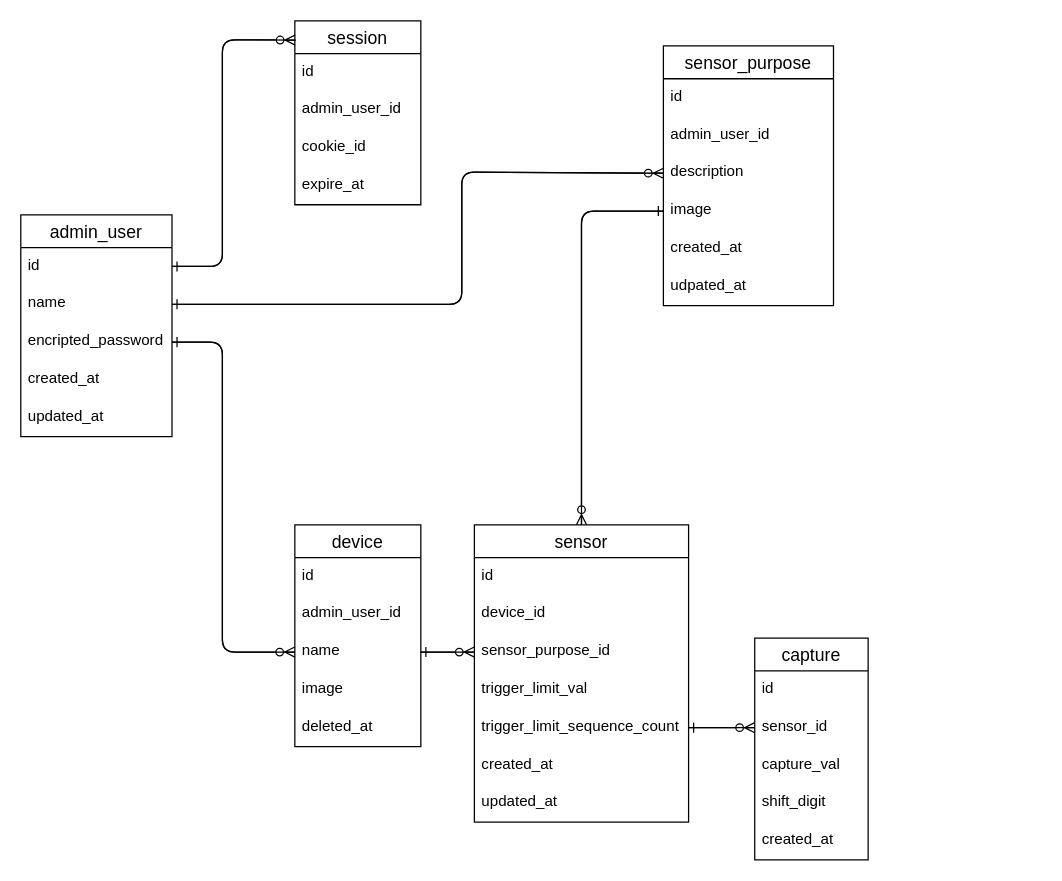
The draw.io diagram src/backend/ER.dio in YSawc/pyum, before the edit. Source tidied: cells renumbered, new cells numbered last; positions are measured from the earlier drawing's top-left corner, leaving out a move shared by most shapes. Both pictures are drawn from the tidied source at 126%, with x=0, y=0 at pixel (20, 20).
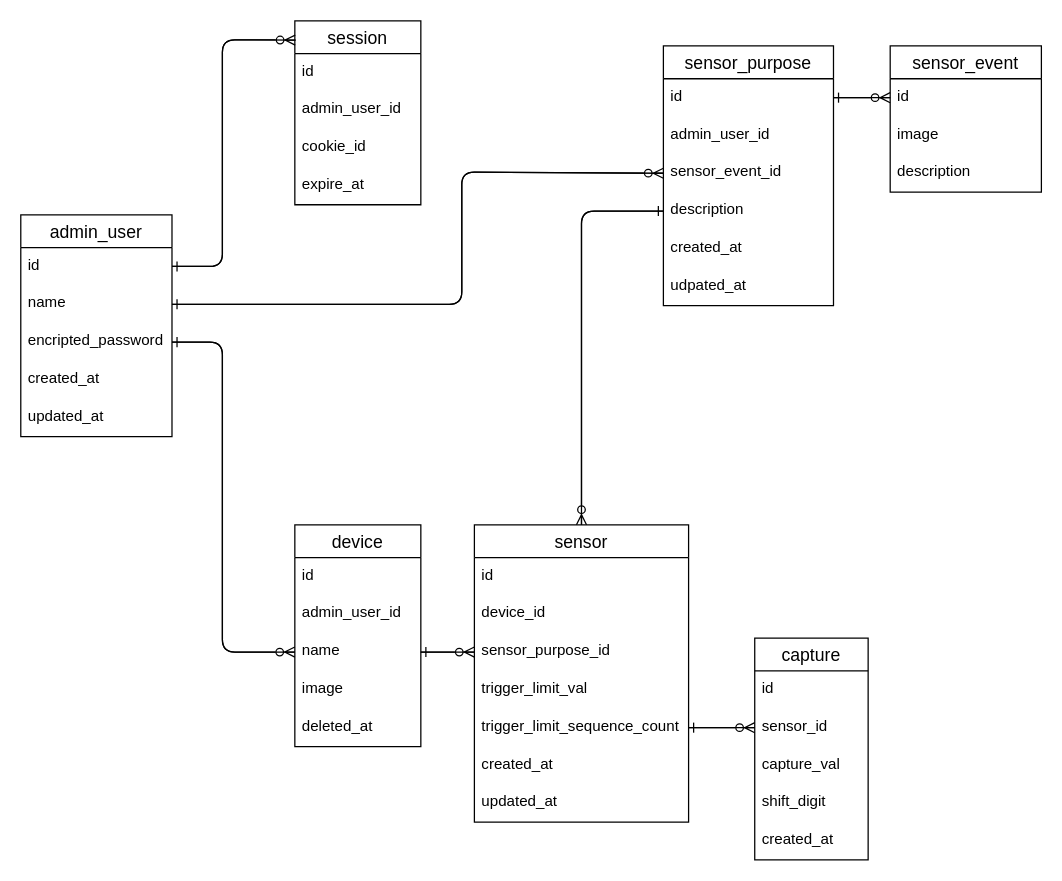
The same diagram, later.

The change refers to these unchanged cells:
```xml
<mxCell id="4" value="name" style="text;strokeColor=none;fillColor=none;spacingLeft=4;spacingRight=4;overflow=hidden;points=[[0,0.5],[1,0.5]];portConstraint=eastwest;fontSize=12;" parent="2" vertex="1">
  <mxGeometry y="56" width="120" height="30" as="geometry" />
</mxCell>
<mxCell id="14" value="sensor_purpose" style="swimlane;fontStyle=0;horizontal=1;startSize=26;align=center;fontSize=14;" parent="1" vertex="1">
  <mxGeometry x="510" y="20" width="135" height="206" as="geometry" />
</mxCell>
<mxCell id="15" value="id&#10;&#10;" style="text;strokeColor=none;fillColor=none;spacingLeft=4;spacingRight=4;overflow=hidden;points=[[0,0.5],[1,0.5]];portConstraint=eastwest;fontSize=12;" parent="14" vertex="1">
  <mxGeometry y="26" width="135" height="30" as="geometry" />
</mxCell>
<mxCell id="27" value="sensor" style="swimlane;fontStyle=0;horizontal=1;startSize=26;align=center;fontSize=14;" parent="1" vertex="1">
  <mxGeometry x="360" y="400" width="170" height="236" as="geometry" />
</mxCell>
```

Diff of the diagram source:
```diff
@@
+    <mxCell id="52" value="sensor_event_id" style="text;strokeColor=none;fillColor=none;spacingLeft=4;spacingRight=4;overflow=hidden;points=[[0,0.5],[1,0.5]];portConstraint=eastwest;fontSize=12;" parent="14" vertex="1">
+      <mxGeometry y="86" width="135" height="30" as="geometry" />
+    </mxCell>
     <mxCell id="17" value="description" style="text;strokeColor=none;fillColor=none;spacingLeft=4;spacingRight=4;overflow=hidden;points=[[0,0.5],[1,0.5]];portConstraint=eastwest;fontSize=12;" parent="14" vertex="1">
-      <mxGeometry y="86" width="135" height="30" as="geometry" />
+      <mxGeometry y="116" width="135" height="30" as="geometry" />
     </mxCell>
-    <mxCell id="18" value="image" style="text;strokeColor=none;fillColor=none;spacingLeft=4;spacingRight=4;overflow=hidden;points=[[0,0.5],[1,0.5]];portConstraint=eastwest;fontSize=12;" parent="14" vertex="1">
-      <mxGeometry y="116" width="135" height="30" as="geometry" />
-    </mxCell>
@@
-    <mxCell id="41" style="edgeStyle=none;html=1;startArrow=none;startFill=0;endArrow=ERzeroToMany;endFill=0;exitX=0;exitY=0.5;exitDx=0;exitDy=0;" parent="1" edge="1" source="18" target="27">
+    <mxCell id="41" style="edgeStyle=none;html=1;startArrow=none;startFill=0;endArrow=ERzeroToMany;endFill=0;exitX=0;exitY=0.5;exitDx=0;exitDy=0;" parent="1" edge="1" target="27">
       <mxGeometry relative="1" as="geometry">
+        <mxPoint x="510" y="151" as="sourcePoint" />
         <Array as="points">
           <mxPoint x="445" y="151" />
           <mxPoint x="445" y="331" />
         </Array>
       </mxGeometry>
     </mxCell>
-    <mxCell id="42" style="edgeStyle=none;html=1;exitX=0.5;exitY=0;exitDx=0;exitDy=0;startArrow=none;startFill=0;endArrow=ERone;endFill=0;entryX=0;entryY=0.5;entryDx=0;entryDy=0;" parent="1" edge="1" source="27" target="18">
+    <mxCell id="42" style="edgeStyle=none;html=1;exitX=0.5;exitY=0;exitDx=0;exitDy=0;startArrow=none;startFill=0;endArrow=ERone;endFill=0;entryX=0;entryY=0.5;entryDx=0;entryDy=0;" parent="1" edge="1" source="27">
       <mxGeometry relative="1" as="geometry">
+        <mxPoint x="510" y="151" as="targetPoint" />
         <Array as="points">
           <mxPoint x="445" y="331" />
           <mxPoint x="445" y="151" />
         </Array>
       </mxGeometry>
     </mxCell>
@@
-    <mxCell id="50" style="edgeStyle=none;html=1;entryX=0;entryY=0.5;entryDx=0;entryDy=0;startArrow=none;startFill=0;endArrow=ERzeroToMany;endFill=0;exitX=1;exitY=0.5;exitDx=0;exitDy=0;" parent="1" edge="1" source="4" target="17">
+    <mxCell id="50" style="edgeStyle=none;html=1;startArrow=none;startFill=0;endArrow=ERzeroToMany;endFill=0;exitX=1;exitY=0.5;exitDx=0;exitDy=0;entryX=0;entryY=0.5;entryDx=0;entryDy=0;" parent="1" edge="1" source="4" target="52">
       <mxGeometry relative="1" as="geometry">
         <Array as="points">
           <mxPoint x="350" y="225" />
           <mxPoint x="350" y="120" />
         </Array>
       </mxGeometry>
     </mxCell>
-    <mxCell id="51" style="edgeStyle=none;html=1;exitX=0;exitY=0.5;exitDx=0;exitDy=0;entryX=1;entryY=0.5;entryDx=0;entryDy=0;startArrow=none;startFill=0;endArrow=ERone;endFill=0;" parent="1" edge="1" source="17" target="4">
+    <mxCell id="51" style="edgeStyle=none;html=1;exitX=0;exitY=0.5;exitDx=0;exitDy=0;entryX=1;entryY=0.5;entryDx=0;entryDy=0;startArrow=none;startFill=0;endArrow=ERone;endFill=0;" parent="1" edge="1" source="52" target="4">
       <mxGeometry relative="1" as="geometry">
         <Array as="points">
           <mxPoint x="350" y="120" />
           <mxPoint x="350" y="225" />
         </Array>
       </mxGeometry>
     </mxCell>
+    <mxCell id="53" value="sensor_event" style="swimlane;fontStyle=0;horizontal=1;startSize=26;align=center;fontSize=14;" parent="1" vertex="1">
+      <mxGeometry x="690" y="20" width="120" height="116" as="geometry" />
+    </mxCell>
+    <mxCell id="54" value="id" style="text;strokeColor=none;fillColor=none;spacingLeft=4;spacingRight=4;overflow=hidden;points=[[0,0.5],[1,0.5]];portConstraint=eastwest;fontSize=12;" parent="53" vertex="1">
+      <mxGeometry y="26" width="120" height="30" as="geometry" />
+    </mxCell>
+    <mxCell id="18" value="image" style="text;strokeColor=none;fillColor=none;spacingLeft=4;spacingRight=4;overflow=hidden;points=[[0,0.5],[1,0.5]];portConstraint=eastwest;fontSize=12;" parent="53" vertex="1">
+      <mxGeometry y="56" width="120" height="30" as="geometry" />
+    </mxCell>
+    <mxCell id="55" value="description" style="text;strokeColor=none;fillColor=none;spacingLeft=4;spacingRight=4;overflow=hidden;fontSize=12;" parent="53" vertex="1">
+      <mxGeometry y="86" width="120" height="30" as="geometry" />
+    </mxCell>
+    <mxCell id="56" style="edgeStyle=none;html=1;startArrow=none;startFill=0;endArrow=ERone;endFill=0;entryX=1;entryY=0.5;entryDx=0;entryDy=0;" parent="1" edge="1" source="54" target="15">
+      <mxGeometry relative="1" as="geometry" />
+    </mxCell>
+    <mxCell id="57" style="edgeStyle=none;html=1;startArrow=none;startFill=0;endArrow=ERzeroToMany;endFill=0;entryX=0;entryY=0.5;entryDx=0;entryDy=0;exitX=1;exitY=0.5;exitDx=0;exitDy=0;" parent="1" edge="1" source="15" target="54">
+      <mxGeometry relative="1" as="geometry" />
+    </mxCell>
```
